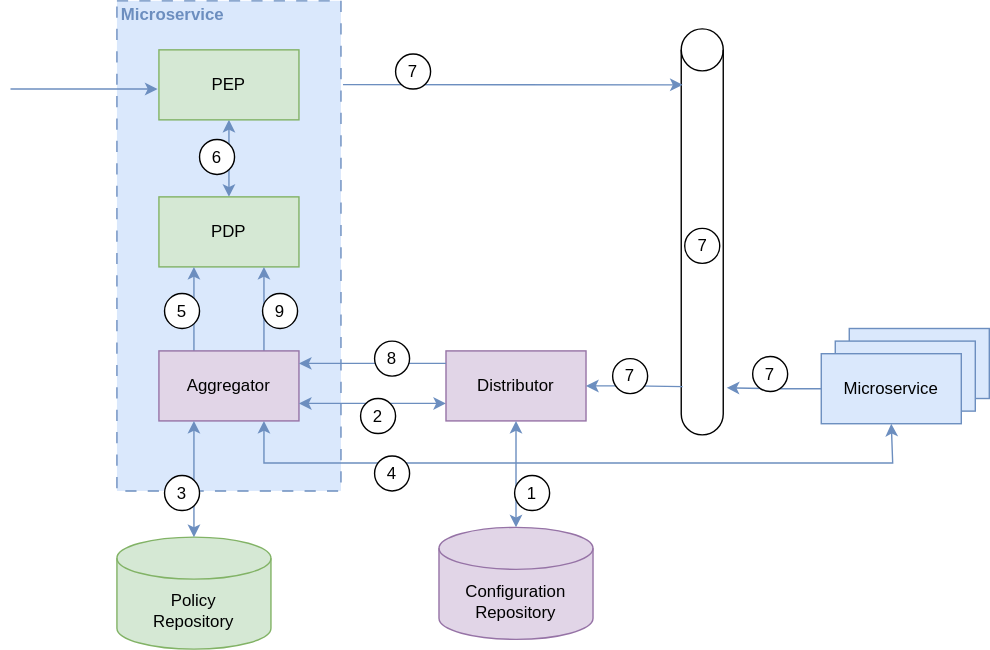
Above: assets/Embedded_PDP_Data_Policy_Distribution.svg in dadrus/CheatSheetSeries (draw.io), before the change. Source tidied: cells renumbered, new cells last; positions are measured from the earlier drawing's top-left corner, leaving out a move shared by most shapes. The source it was exported from:
```xml
<mxGraphModel>
  <root>
    <mxCell id="0" />
    <mxCell id="1" parent="0" />
    <mxCell id="2" value="Microservice" style="rounded=0;whiteSpace=wrap;html=1;fillColor=#dae8fc;strokeColor=#6c8ebf;" parent="1" vertex="1">
      <mxGeometry x="599" y="234" width="100" height="50" as="geometry" />
    </mxCell>
    <mxCell id="3" value="Microservice" style="rounded=0;whiteSpace=wrap;html=1;fillColor=#dae8fc;strokeColor=#6c8ebf;" parent="1" vertex="1">
      <mxGeometry x="589" y="243" width="100" height="50" as="geometry" />
    </mxCell>
    <mxCell id="4" style="rounded=0;whiteSpace=wrap;html=1;fillColor=#dae8fc;strokeColor=#6c8ebf;dashed=1;dashPattern=8 8;" parent="1" vertex="1">
      <mxGeometry x="76" width="160" height="350" as="geometry" />
    </mxCell>
    <mxCell id="5" style="edgeStyle=orthogonalEdgeStyle;rounded=0;jettySize=auto;html=1;entryX=0.5;entryY=0;entryDx=0;entryDy=0;fillColor=#dae8fc;strokeColor=#6c8ebf;startArrow=classic;startFill=1;" parent="1" edge="1" source="6" target="7">
      <mxGeometry relative="1" as="geometry" />
    </mxCell>
    <mxCell id="6" value="PEP" style="rounded=0;whiteSpace=wrap;html=1;fillColor=#d5e8d4;strokeColor=#82b366;" parent="1" vertex="1">
      <mxGeometry x="106" y="35" width="100" height="50" as="geometry" />
    </mxCell>
    <mxCell id="7" value="PDP" style="rounded=0;whiteSpace=wrap;html=1;fillColor=#d5e8d4;strokeColor=#82b366;" parent="1" vertex="1">
      <mxGeometry x="106" y="140" width="100" height="50" as="geometry" />
    </mxCell>
    <mxCell id="8" style="edgeStyle=orthogonalEdgeStyle;rounded=0;jettySize=auto;html=1;fillColor=#dae8fc;strokeColor=#6c8ebf;entryX=0.75;entryY=1;entryDx=0;entryDy=0;exitX=0.75;exitY=0;exitDx=0;exitDy=0;" parent="1" edge="1" source="11" target="7">
      <mxGeometry relative="1" as="geometry" />
    </mxCell>
    <mxCell id="9" style="edgeStyle=orthogonalEdgeStyle;rounded=0;jettySize=auto;html=1;entryX=0.5;entryY=1;entryDx=0;entryDy=0;exitX=0.75;exitY=1;exitDx=0;exitDy=0;startArrow=classic;startFill=1;fillColor=#dae8fc;strokeColor=#6c8ebf;" parent="1" edge="1" source="11" target="17">
      <mxGeometry relative="1" as="geometry">
        <Array as="points">
          <mxPoint x="181" y="330" />
          <mxPoint x="630" y="330" />
        </Array>
      </mxGeometry>
    </mxCell>
    <mxCell id="10" style="edgeStyle=orthogonalEdgeStyle;rounded=0;jettySize=auto;html=1;entryX=0.25;entryY=1;entryDx=0;entryDy=0;exitX=0.25;exitY=0;exitDx=0;exitDy=0;fillColor=#dae8fc;strokeColor=#6c8ebf;" parent="1" edge="1" source="11" target="7">
      <mxGeometry relative="1" as="geometry" />
    </mxCell>
    <mxCell id="11" value="Aggregator" style="rounded=0;whiteSpace=wrap;html=1;fillColor=#e1d5e7;strokeColor=#9673a6;" parent="1" vertex="1">
      <mxGeometry x="106" y="250" width="100" height="50" as="geometry" />
    </mxCell>
    <mxCell id="12" style="edgeStyle=orthogonalEdgeStyle;rounded=0;jettySize=auto;html=1;entryX=1;entryY=0.75;entryDx=0;entryDy=0;fillColor=#dae8fc;strokeColor=#6c8ebf;startArrow=classic;startFill=1;exitX=0;exitY=0.75;exitDx=0;exitDy=0;" parent="1" edge="1" source="13" target="11">
      <mxGeometry relative="1" as="geometry" />
    </mxCell>
    <mxCell id="13" value="Distributor" style="rounded=0;whiteSpace=wrap;html=1;fillColor=#e1d5e7;strokeColor=#9673a6;" parent="1" vertex="1">
      <mxGeometry x="311" y="250" width="100" height="50" as="geometry" />
    </mxCell>
    <mxCell id="14" style="shape=cylinder3;whiteSpace=wrap;html=1;boundedLbl=1;backgroundOutline=1;size=15;rotation=0;" parent="1" vertex="1">
      <mxGeometry x="479" y="20" width="30" height="290" as="geometry" />
    </mxCell>
    <mxCell id="15" style="edgeStyle=orthogonalEdgeStyle;rounded=0;jettySize=auto;html=1;fillColor=#dae8fc;strokeColor=#6c8ebf;exitX=1.009;exitY=0.171;exitDx=0;exitDy=0;exitPerimeter=0;" parent="1" edge="1" source="4">
      <mxGeometry relative="1" as="geometry">
        <mxPoint x="480" y="60" as="targetPoint" />
      </mxGeometry>
    </mxCell>
    <mxCell id="16" style="edgeStyle=orthogonalEdgeStyle;rounded=0;jettySize=auto;html=1;startArrow=classic;startFill=1;endArrow=none;fillColor=#dae8fc;strokeColor=#6c8ebf;entryX=0.033;entryY=0.881;entryDx=0;entryDy=0;entryPerimeter=0;" parent="1" edge="1" source="13" target="14">
      <mxGeometry relative="1" as="geometry" />
    </mxCell>
    <mxCell id="17" value="Microservice" style="rounded=0;whiteSpace=wrap;html=1;fillColor=#dae8fc;strokeColor=#6c8ebf;" parent="1" vertex="1">
      <mxGeometry x="579" y="252" width="100" height="50" as="geometry" />
    </mxCell>
    <mxCell id="18" style="edgeStyle=orthogonalEdgeStyle;rounded=0;jettySize=auto;html=1;entryX=1.083;entryY=0.884;entryDx=0;entryDy=0;entryPerimeter=0;fillColor=#dae8fc;strokeColor=#6c8ebf;" parent="1" edge="1" source="17" target="14">
      <mxGeometry relative="1" as="geometry" />
    </mxCell>
    <mxCell id="19" value="Policy &lt;br&gt;Repository" style="shape=cylinder3;whiteSpace=wrap;html=1;boundedLbl=1;backgroundOutline=1;size=15;fillColor=#d5e8d4;strokeColor=#82b366;" parent="1" vertex="1">
      <mxGeometry x="76" y="383" width="110" height="80" as="geometry" />
    </mxCell>
    <mxCell id="20" value="Configuration Repository" style="shape=cylinder3;whiteSpace=wrap;html=1;boundedLbl=1;backgroundOutline=1;size=15;fillColor=#e1d5e7;strokeColor=#9673a6;" parent="1" vertex="1">
      <mxGeometry x="306" y="376" width="110" height="80" as="geometry" />
    </mxCell>
    <mxCell id="21" style="edgeStyle=orthogonalEdgeStyle;rounded=0;jettySize=auto;html=1;entryX=0.5;entryY=0;entryDx=0;entryDy=0;entryPerimeter=0;startArrow=classic;startFill=1;fillColor=#dae8fc;strokeColor=#6c8ebf;" parent="1" edge="1" source="13" target="20">
      <mxGeometry relative="1" as="geometry" />
    </mxCell>
    <mxCell id="22" style="edgeStyle=orthogonalEdgeStyle;rounded=0;jettySize=auto;html=1;entryX=0.5;entryY=0;entryDx=0;entryDy=0;entryPerimeter=0;startArrow=classic;startFill=1;exitX=0.25;exitY=1;exitDx=0;exitDy=0;fillColor=#dae8fc;strokeColor=#6c8ebf;" parent="1" edge="1" source="11" target="19">
      <mxGeometry relative="1" as="geometry" />
    </mxCell>
    <mxCell id="23" value="Microservice" style="text;html=1;align=center;verticalAlign=middle;whiteSpace=wrap;rounded=0;fillColor=none;fontColor=#6C8EBF;fontStyle=1;" parent="1" vertex="1">
      <mxGeometry x="76" width="80" height="19" as="geometry" />
    </mxCell>
    <mxCell id="24" style="edgeStyle=orthogonalEdgeStyle;rounded=0;orthogonalLoop=1;jettySize=auto;html=1;entryX=1;entryY=0.75;entryDx=0;entryDy=0;fillColor=#dae8fc;strokeColor=#6c8ebf;startArrow=none;startFill=0;exitX=0;exitY=0.75;exitDx=0;exitDy=0;" parent="1" edge="1">
      <mxGeometry relative="1" as="geometry">
        <mxPoint x="311" y="258.9" as="sourcePoint" />
        <mxPoint x="206" y="258.9" as="targetPoint" />
      </mxGeometry>
    </mxCell>
    <mxCell id="25" value="1" style="ellipse;whiteSpace=wrap;html=1;" parent="1" vertex="1">
      <mxGeometry x="360" y="339" width="25" height="25" as="geometry" />
    </mxCell>
    <mxCell id="26" value="2" style="ellipse;whiteSpace=wrap;html=1;" parent="1" vertex="1">
      <mxGeometry x="250" y="284" width="25" height="25" as="geometry" />
    </mxCell>
    <mxCell id="27" value="3" style="ellipse;whiteSpace=wrap;html=1;" parent="1" vertex="1">
      <mxGeometry x="110" y="339" width="25" height="25" as="geometry" />
    </mxCell>
    <mxCell id="28" value="4" style="ellipse;whiteSpace=wrap;html=1;" parent="1" vertex="1">
      <mxGeometry x="260" y="325" width="25" height="25" as="geometry" />
    </mxCell>
    <mxCell id="29" value="7" style="ellipse;whiteSpace=wrap;html=1;" parent="1" vertex="1">
      <mxGeometry x="275" y="38" width="25" height="25" as="geometry" />
    </mxCell>
    <mxCell id="30" value="7" style="ellipse;whiteSpace=wrap;html=1;" parent="1" vertex="1">
      <mxGeometry x="530" y="254" width="25" height="25" as="geometry" />
    </mxCell>
    <mxCell id="31" value="9" style="ellipse;whiteSpace=wrap;html=1;" parent="1" vertex="1">
      <mxGeometry x="180" y="209" width="25" height="25" as="geometry" />
    </mxCell>
    <mxCell id="32" value="7" style="ellipse;whiteSpace=wrap;html=1;" parent="1" vertex="1">
      <mxGeometry x="430" y="255.5" width="25" height="25" as="geometry" />
    </mxCell>
    <mxCell id="33" value="8" style="ellipse;whiteSpace=wrap;html=1;" parent="1" vertex="1">
      <mxGeometry x="260" y="243" width="25" height="25" as="geometry" />
    </mxCell>
    <mxCell id="34" value="5" style="ellipse;whiteSpace=wrap;html=1;" parent="1" vertex="1">
      <mxGeometry x="110" y="209" width="25" height="25" as="geometry" />
    </mxCell>
    <mxCell id="35" value="7" style="ellipse;whiteSpace=wrap;html=1;" parent="1" vertex="1">
      <mxGeometry x="481.5" y="162.5" width="25" height="25" as="geometry" />
    </mxCell>
    <mxCell id="36" value="6" style="ellipse;whiteSpace=wrap;html=1;" parent="1" vertex="1">
      <mxGeometry x="135" y="99" width="25" height="25" as="geometry" />
    </mxCell>
    <mxCell id="37" style="edgeStyle=orthogonalEdgeStyle;rounded=0;orthogonalLoop=1;jettySize=auto;html=1;entryX=1;entryY=0.75;entryDx=0;entryDy=0;fillColor=#dae8fc;strokeColor=#6c8ebf;startArrow=classic;startFill=1;exitX=0;exitY=0.75;exitDx=0;exitDy=0;endArrow=none;" parent="1" edge="1">
      <mxGeometry relative="1" as="geometry">
        <mxPoint x="105" y="63" as="sourcePoint" />
        <mxPoint y="63" as="targetPoint" />
      </mxGeometry>
    </mxCell>
  </root>
</mxGraphModel>
```
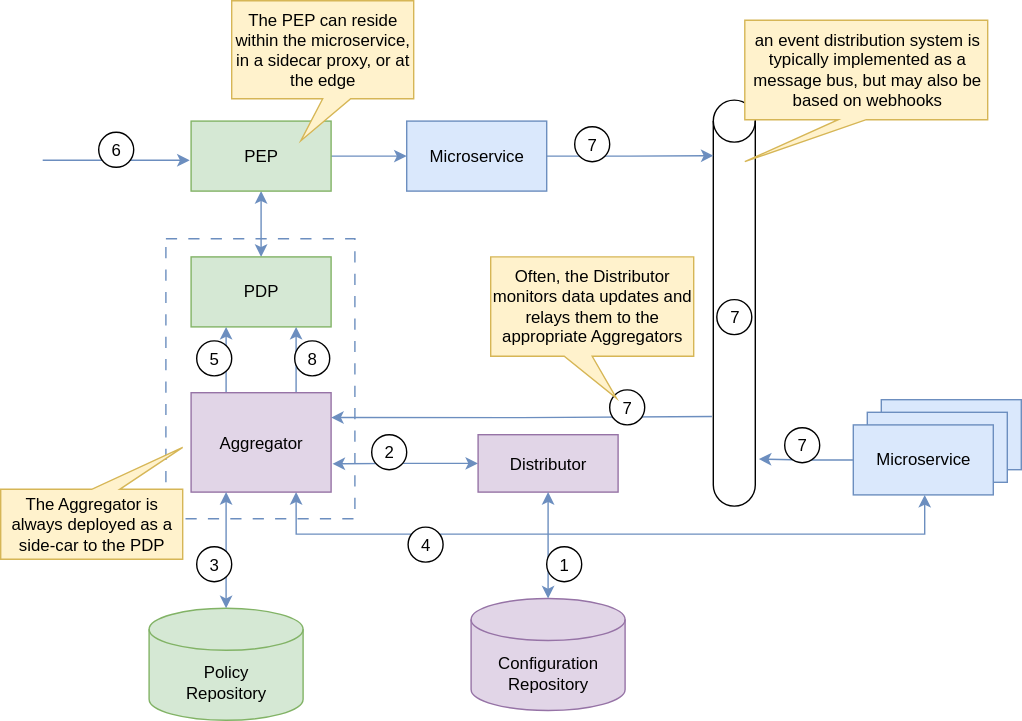
After the commit.

What changed in the source:
```diff
@@ -2,23 +2,26 @@
   <root>
     <mxCell id="0" />
     <mxCell id="1" parent="0" />
+    <mxCell id="38" style="rounded=0;whiteSpace=wrap;html=1;fillColor=none;dashed=1;dashPattern=8 8;strokeColor=#6c8ebf;" parent="1" vertex="1">
+      <mxGeometry x="88" y="119" width="135" height="200" as="geometry" />
+    </mxCell>
     <mxCell id="2" value="Microservice" style="rounded=0;whiteSpace=wrap;html=1;fillColor=#dae8fc;strokeColor=#6c8ebf;" parent="1" vertex="1">
       <mxGeometry x="599" y="234" width="100" height="50" as="geometry" />
     </mxCell>
     <mxCell id="3" value="Microservice" style="rounded=0;whiteSpace=wrap;html=1;fillColor=#dae8fc;strokeColor=#6c8ebf;" parent="1" vertex="1">
       <mxGeometry x="589" y="243" width="100" height="50" as="geometry" />
     </mxCell>
-    <mxCell id="4" style="rounded=0;whiteSpace=wrap;html=1;fillColor=#dae8fc;strokeColor=#6c8ebf;dashed=1;dashPattern=8 8;" parent="1" vertex="1">
-      <mxGeometry x="76" width="160" height="350" as="geometry" />
-    </mxCell>
     <mxCell id="5" style="edgeStyle=orthogonalEdgeStyle;rounded=0;jettySize=auto;html=1;entryX=0.5;entryY=0;entryDx=0;entryDy=0;fillColor=#dae8fc;strokeColor=#6c8ebf;startArrow=classic;startFill=1;" parent="1" edge="1" source="6" target="7">
       <mxGeometry relative="1" as="geometry" />
     </mxCell>
+    <mxCell id="39" style="edgeStyle=orthogonalEdgeStyle;rounded=0;jettySize=auto;html=1;entryX=0;entryY=0.5;entryDx=0;entryDy=0;fillColor=#dae8fc;strokeColor=#6c8ebf;" parent="1" edge="1" source="6" target="23">
+      <mxGeometry relative="1" as="geometry" />
+    </mxCell>
     <mxCell id="6" value="PEP" style="rounded=0;whiteSpace=wrap;html=1;fillColor=#d5e8d4;strokeColor=#82b366;" parent="1" vertex="1">
       <mxGeometry x="106" y="35" width="100" height="50" as="geometry" />
     </mxCell>
     <mxCell id="7" value="PDP" style="rounded=0;whiteSpace=wrap;html=1;fillColor=#d5e8d4;strokeColor=#82b366;" parent="1" vertex="1">
-      <mxGeometry x="106" y="140" width="100" height="50" as="geometry" />
+      <mxGeometry x="106" y="132" width="100" height="50" as="geometry" />
     </mxCell>
     <mxCell id="8" style="edgeStyle=orthogonalEdgeStyle;rounded=0;jettySize=auto;html=1;fillColor=#dae8fc;strokeColor=#6c8ebf;entryX=0.75;entryY=1;entryDx=0;entryDy=0;exitX=0.75;exitY=0;exitDx=0;exitDy=0;" parent="1" edge="1" source="11" target="7">
       <mxGeometry relative="1" as="geometry" />
@@ -35,24 +38,24 @@
       <mxGeometry relative="1" as="geometry" />
     </mxCell>
     <mxCell id="11" value="Aggregator" style="rounded=0;whiteSpace=wrap;html=1;fillColor=#e1d5e7;strokeColor=#9673a6;" parent="1" vertex="1">
-      <mxGeometry x="106" y="250" width="100" height="50" as="geometry" />
+      <mxGeometry x="106" y="229" width="100" height="71" as="geometry" />
     </mxCell>
-    <mxCell id="12" style="edgeStyle=orthogonalEdgeStyle;rounded=0;jettySize=auto;html=1;entryX=1;entryY=0.75;entryDx=0;entryDy=0;fillColor=#dae8fc;strokeColor=#6c8ebf;startArrow=classic;startFill=1;exitX=0;exitY=0.75;exitDx=0;exitDy=0;" parent="1" edge="1" source="13" target="11">
+    <mxCell id="12" style="edgeStyle=orthogonalEdgeStyle;rounded=0;jettySize=auto;html=1;fillColor=#dae8fc;strokeColor=#6c8ebf;startArrow=classic;startFill=1;exitX=0;exitY=0.5;exitDx=0;exitDy=0;entryX=1.01;entryY=0.716;entryDx=0;entryDy=0;entryPerimeter=0;" parent="1" edge="1" source="13" target="11">
       <mxGeometry relative="1" as="geometry" />
     </mxCell>
     <mxCell id="13" value="Distributor" style="rounded=0;whiteSpace=wrap;html=1;fillColor=#e1d5e7;strokeColor=#9673a6;" parent="1" vertex="1">
-      <mxGeometry x="311" y="250" width="100" height="50" as="geometry" />
+      <mxGeometry x="311" y="259" width="100" height="41" as="geometry" />
     </mxCell>
     <mxCell id="14" style="shape=cylinder3;whiteSpace=wrap;html=1;boundedLbl=1;backgroundOutline=1;size=15;rotation=0;" parent="1" vertex="1">
       <mxGeometry x="479" y="20" width="30" height="290" as="geometry" />
     </mxCell>
-    <mxCell id="15" style="edgeStyle=orthogonalEdgeStyle;rounded=0;jettySize=auto;html=1;fillColor=#dae8fc;strokeColor=#6c8ebf;exitX=1.009;exitY=0.171;exitDx=0;exitDy=0;exitPerimeter=0;" parent="1" edge="1" source="4">
-      <mxGeometry relative="1" as="geometry">
-        <mxPoint x="480" y="60" as="targetPoint" />
-      </mxGeometry>
+    <mxCell id="15" style="edgeStyle=orthogonalEdgeStyle;rounded=0;jettySize=auto;html=1;fillColor=#dae8fc;strokeColor=#6c8ebf;entryX=0.005;entryY=0.137;entryDx=0;entryDy=0;entryPerimeter=0;exitX=1;exitY=0.5;exitDx=0;exitDy=0;" parent="1" edge="1" source="23" target="14">
+      <mxGeometry relative="1" as="geometry" />
     </mxCell>
-    <mxCell id="16" style="edgeStyle=orthogonalEdgeStyle;rounded=0;jettySize=auto;html=1;startArrow=classic;startFill=1;endArrow=none;fillColor=#dae8fc;strokeColor=#6c8ebf;entryX=0.033;entryY=0.881;entryDx=0;entryDy=0;entryPerimeter=0;" parent="1" edge="1" source="13" target="14">
-      <mxGeometry relative="1" as="geometry" />
+    <mxCell id="16" style="edgeStyle=orthogonalEdgeStyle;rounded=0;jettySize=auto;html=1;startArrow=classic;startFill=1;endArrow=none;fillColor=#dae8fc;strokeColor=#6c8ebf;exitX=1;exitY=0.25;exitDx=0;exitDy=0;" parent="1" edge="1" source="11">
+      <mxGeometry relative="1" as="geometry">
+        <mxPoint x="478" y="246" as="targetPoint" />
+      </mxGeometry>
     </mxCell>
     <mxCell id="17" value="Microservice" style="rounded=0;whiteSpace=wrap;html=1;fillColor=#dae8fc;strokeColor=#6c8ebf;" parent="1" vertex="1">
       <mxGeometry x="579" y="252" width="100" height="50" as="geometry" />
@@ -72,56 +75,59 @@
     <mxCell id="22" style="edgeStyle=orthogonalEdgeStyle;rounded=0;jettySize=auto;html=1;entryX=0.5;entryY=0;entryDx=0;entryDy=0;entryPerimeter=0;startArrow=classic;startFill=1;exitX=0.25;exitY=1;exitDx=0;exitDy=0;fillColor=#dae8fc;strokeColor=#6c8ebf;" parent="1" edge="1" source="11" target="19">
       <mxGeometry relative="1" as="geometry" />
     </mxCell>
-    <mxCell id="23" value="Microservice" style="text;html=1;align=center;verticalAlign=middle;whiteSpace=wrap;rounded=0;fillColor=none;fontColor=#6C8EBF;fontStyle=1;" parent="1" vertex="1">
-      <mxGeometry x="76" width="80" height="19" as="geometry" />
-    </mxCell>
-    <mxCell id="24" style="edgeStyle=orthogonalEdgeStyle;rounded=0;orthogonalLoop=1;jettySize=auto;html=1;entryX=1;entryY=0.75;entryDx=0;entryDy=0;fillColor=#dae8fc;strokeColor=#6c8ebf;startArrow=none;startFill=0;exitX=0;exitY=0.75;exitDx=0;exitDy=0;" parent="1" edge="1">
-      <mxGeometry relative="1" as="geometry">
-        <mxPoint x="311" y="258.9" as="sourcePoint" />
-        <mxPoint x="206" y="258.9" as="targetPoint" />
-      </mxGeometry>
-    </mxCell>
     <mxCell id="25" value="1" style="ellipse;whiteSpace=wrap;html=1;" parent="1" vertex="1">
       <mxGeometry x="360" y="339" width="25" height="25" as="geometry" />
     </mxCell>
     <mxCell id="26" value="2" style="ellipse;whiteSpace=wrap;html=1;" parent="1" vertex="1">
-      <mxGeometry x="250" y="284" width="25" height="25" as="geometry" />
+      <mxGeometry x="235" y="259" width="25" height="25" as="geometry" />
     </mxCell>
     <mxCell id="27" value="3" style="ellipse;whiteSpace=wrap;html=1;" parent="1" vertex="1">
       <mxGeometry x="110" y="339" width="25" height="25" as="geometry" />
     </mxCell>
     <mxCell id="28" value="4" style="ellipse;whiteSpace=wrap;html=1;" parent="1" vertex="1">
-      <mxGeometry x="260" y="325" width="25" height="25" as="geometry" />
+      <mxGeometry x="261" y="325" width="25" height="25" as="geometry" />
     </mxCell>
     <mxCell id="29" value="7" style="ellipse;whiteSpace=wrap;html=1;" parent="1" vertex="1">
-      <mxGeometry x="275" y="38" width="25" height="25" as="geometry" />
+      <mxGeometry x="380" y="39" width="25" height="25" as="geometry" />
     </mxCell>
     <mxCell id="30" value="7" style="ellipse;whiteSpace=wrap;html=1;" parent="1" vertex="1">
       <mxGeometry x="530" y="254" width="25" height="25" as="geometry" />
     </mxCell>
-    <mxCell id="31" value="9" style="ellipse;whiteSpace=wrap;html=1;" parent="1" vertex="1">
-      <mxGeometry x="180" y="209" width="25" height="25" as="geometry" />
+    <mxCell id="31" value="8" style="ellipse;whiteSpace=wrap;html=1;" parent="1" vertex="1">
+      <mxGeometry x="180" y="192" width="25" height="25" as="geometry" />
     </mxCell>
     <mxCell id="32" value="7" style="ellipse;whiteSpace=wrap;html=1;" parent="1" vertex="1">
-      <mxGeometry x="430" y="255.5" width="25" height="25" as="geometry" />
+      <mxGeometry x="405" y="227" width="25" height="25" as="geometry" />
     </mxCell>
-    <mxCell id="33" value="8" style="ellipse;whiteSpace=wrap;html=1;" parent="1" vertex="1">
-      <mxGeometry x="260" y="243" width="25" height="25" as="geometry" />
-    </mxCell>
     <mxCell id="34" value="5" style="ellipse;whiteSpace=wrap;html=1;" parent="1" vertex="1">
-      <mxGeometry x="110" y="209" width="25" height="25" as="geometry" />
+      <mxGeometry x="110" y="192" width="25" height="25" as="geometry" />
     </mxCell>
     <mxCell id="35" value="7" style="ellipse;whiteSpace=wrap;html=1;" parent="1" vertex="1">
       <mxGeometry x="481.5" y="162.5" width="25" height="25" as="geometry" />
     </mxCell>
+    <mxCell id="37" style="edgeStyle=orthogonalEdgeStyle;rounded=0;orthogonalLoop=1;jettySize=auto;html=1;entryX=1;entryY=0.75;entryDx=0;entryDy=0;fillColor=#dae8fc;strokeColor=#6c8ebf;startArrow=classic;startFill=1;exitX=0;exitY=0.75;exitDx=0;exitDy=0;endArrow=none;" parent="1" edge="1">
+      <mxGeometry relative="1" as="geometry">
+        <mxPoint x="105" y="63" as="sourcePoint" />
+        <mxPoint y="63" as="targetPoint" />
+      </mxGeometry>
+    </mxCell>
+    <mxCell id="23" value="Microservice" style="rounded=0;whiteSpace=wrap;html=1;fillColor=#dae8fc;strokeColor=#6c8ebf;" parent="1" vertex="1">
+      <mxGeometry x="260" y="35" width="100" height="50" as="geometry" />
+    </mxCell>
+    <mxCell id="40" value="The PEP can reside within the microservice, in a sidecar proxy, or at the edge" style="shape=callout;whiteSpace=wrap;html=1;perimeter=calloutPerimeter;fillColor=#fff2cc;strokeColor=#d6b656;position2=0.38;" parent="1" vertex="1">
+      <mxGeometry x="135" y="-51" width="130" height="100" as="geometry" />
+    </mxCell>
+    <mxCell id="41" value="The Aggregator is always deployed as a side-car to the PDP" style="shape=callout;whiteSpace=wrap;html=1;perimeter=calloutPerimeter;fillColor=#fff2cc;strokeColor=#d6b656;position2=1;flipH=0;flipV=1;" parent="1" vertex="1">
+      <mxGeometry x="-30" y="268" width="130" height="80" as="geometry" />
+    </mxCell>
+    <mxCell id="42" value="Often, the Distributor monitors data updates and relays them to the appropriate Aggregators" style="shape=callout;whiteSpace=wrap;html=1;perimeter=calloutPerimeter;fillColor=#fff2cc;strokeColor=#d6b656;position2=0.38;flipV=0;flipH=1;" parent="1" vertex="1">
+      <mxGeometry x="320" y="132" width="145" height="101" as="geometry" />
+    </mxCell>
     <mxCell id="36" value="6" style="ellipse;whiteSpace=wrap;html=1;" parent="1" vertex="1">
-      <mxGeometry x="135" y="99" width="25" height="25" as="geometry" />
+      <mxGeometry x="40" y="43" width="25" height="25" as="geometry" />
     </mxCell>
-    <mxCell id="37" style="edgeStyle=orthogonalEdgeStyle;rounded=0;orthogonalLoop=1;jettySize=auto;html=1;entryX=1;entryY=0.75;entryDx=0;entryDy=0;fillColor=#dae8fc;strokeColor=#6c8ebf;startArrow=classic;startFill=1;exitX=0;exitY=0.75;exitDx=0;exitDy=0;endArrow=none;" parent="1" edge="1">
-      <mxGeometry relative="1" as="geometry">
-        <mxPoint x="105" y="63" as="sourcePoint" />
-        <mxPoint y="63" as="targetPoint" />
-      </mxGeometry>
-    </mxCell>
+    <mxCell id="43" value="an event distribution system is typically implemented as a message bus, but may also be based on webhooks" style="shape=callout;whiteSpace=wrap;html=1;perimeter=calloutPerimeter;fillColor=#fff2cc;strokeColor=#d6b656;position2=1;flipV=0;flipH=1;" parent="1" vertex="1">
+      <mxGeometry x="501.5" y="-37" width="173.5" height="101" as="geometry" />
+    </mxCell>
   </root>
 </mxGraphModel>
```
